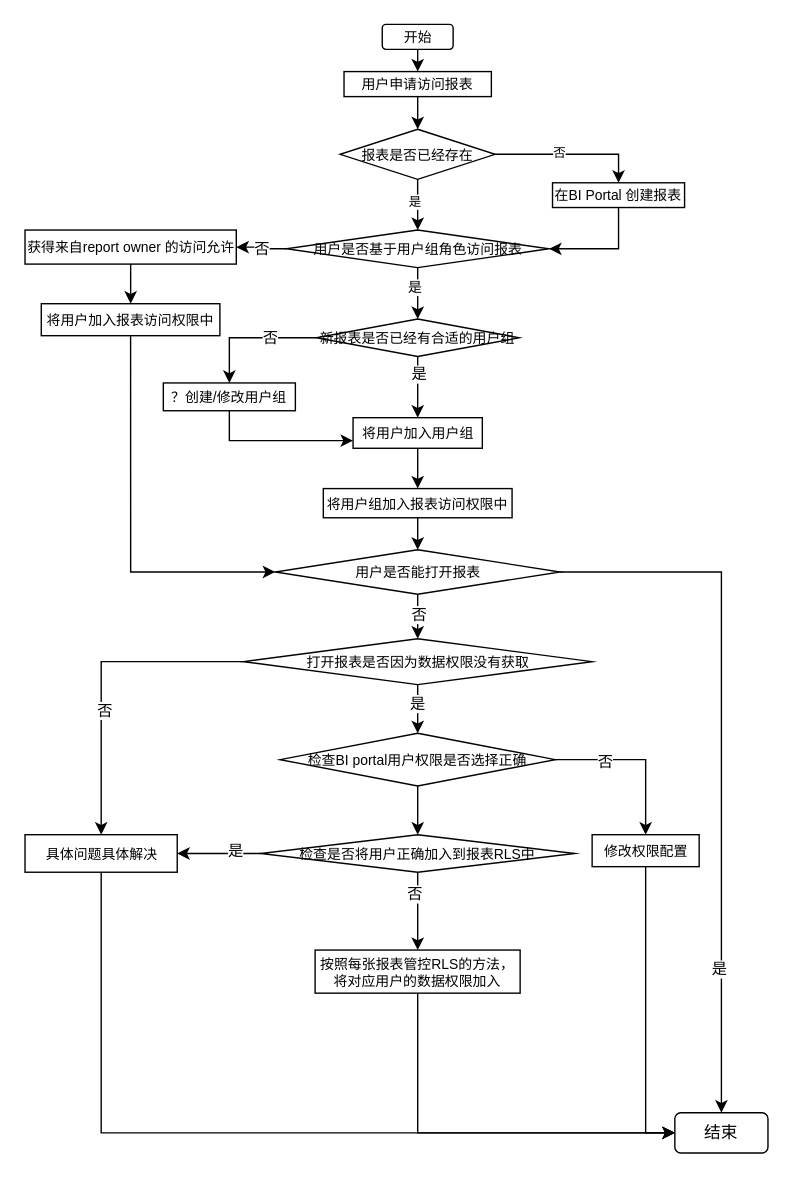
Before: 未命名绘图.drawio in winky02/pics, a draw.io diagram. Source tidied: cells renumbered, new cells numbered last; positions are measured from the earlier drawing's top-left corner, leaving out a move shared by most shapes. Both pictures are drawn from the tidied source at 139%, with x=0, y=0 at pixel (24, 24).
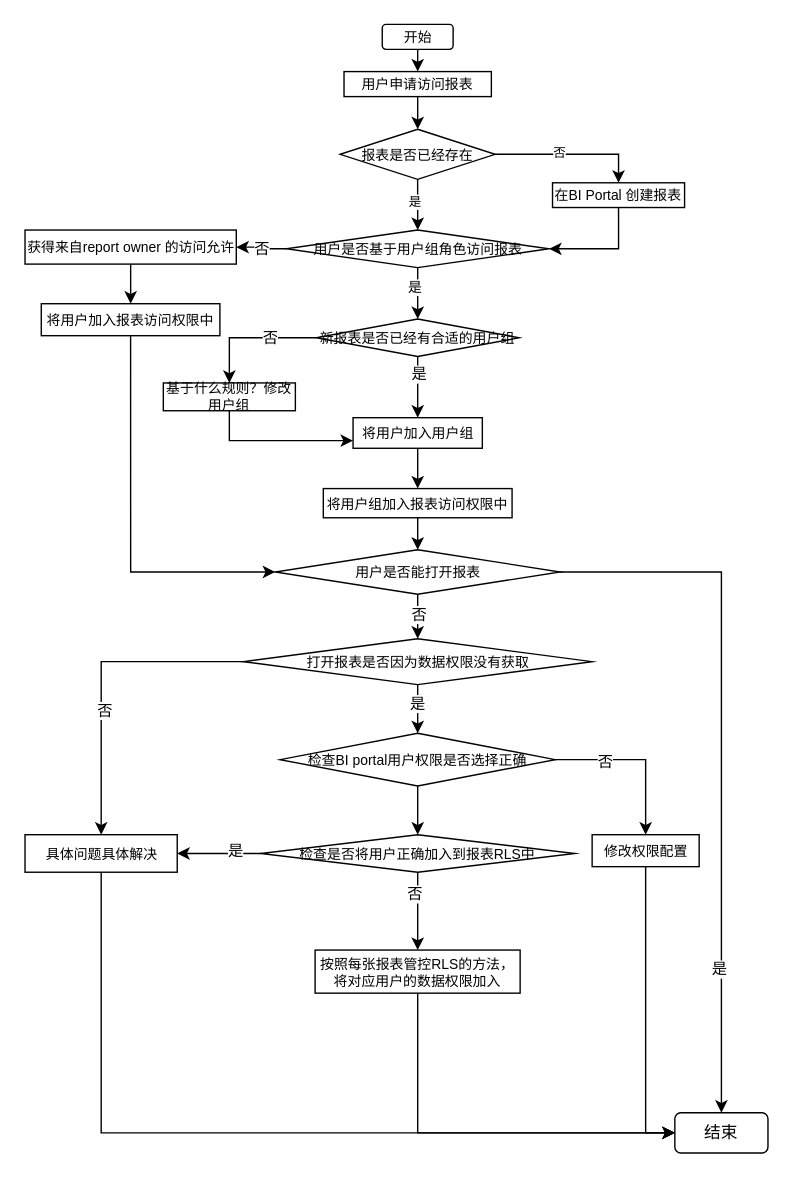
Above is the later version.

Commit message:
更新未命名绘图.drawio

The edit, as a diff of the source:
```diff
@@
-    <mxCell id="21" value="？创建/修改用户组" style="whiteSpace=wrap;html=1;fontSize=10;rounded=0;" parent="1" vertex="1">
+    <mxCell id="21" value="基于什么规则？修改用户组" style="whiteSpace=wrap;html=1;fontSize=10;rounded=0;" parent="1" vertex="1">
       <mxGeometry x="100" y="258" width="95" height="20" as="geometry" />
     </mxCell>
```
